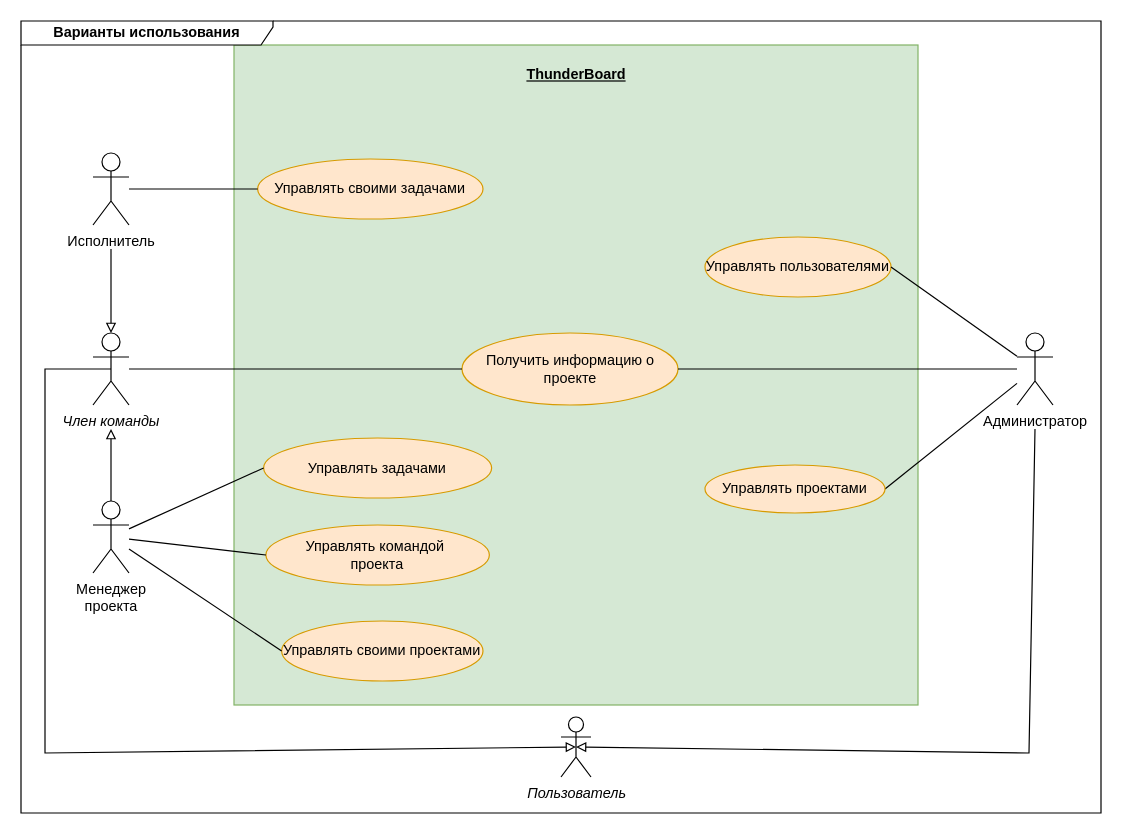
Earlier version of the draw.io diagram docs/raw_diagrams/business_requirements.drawio (aVorotnikov/thunder_board). Source tidied: cells renumbered, new cells numbered last; positions are measured from the earlier drawing's top-left corner, leaving out a move shared by most shapes. Both pictures are drawn from the tidied source at 120%, with x=0, y=0 at pixel (20, 20).
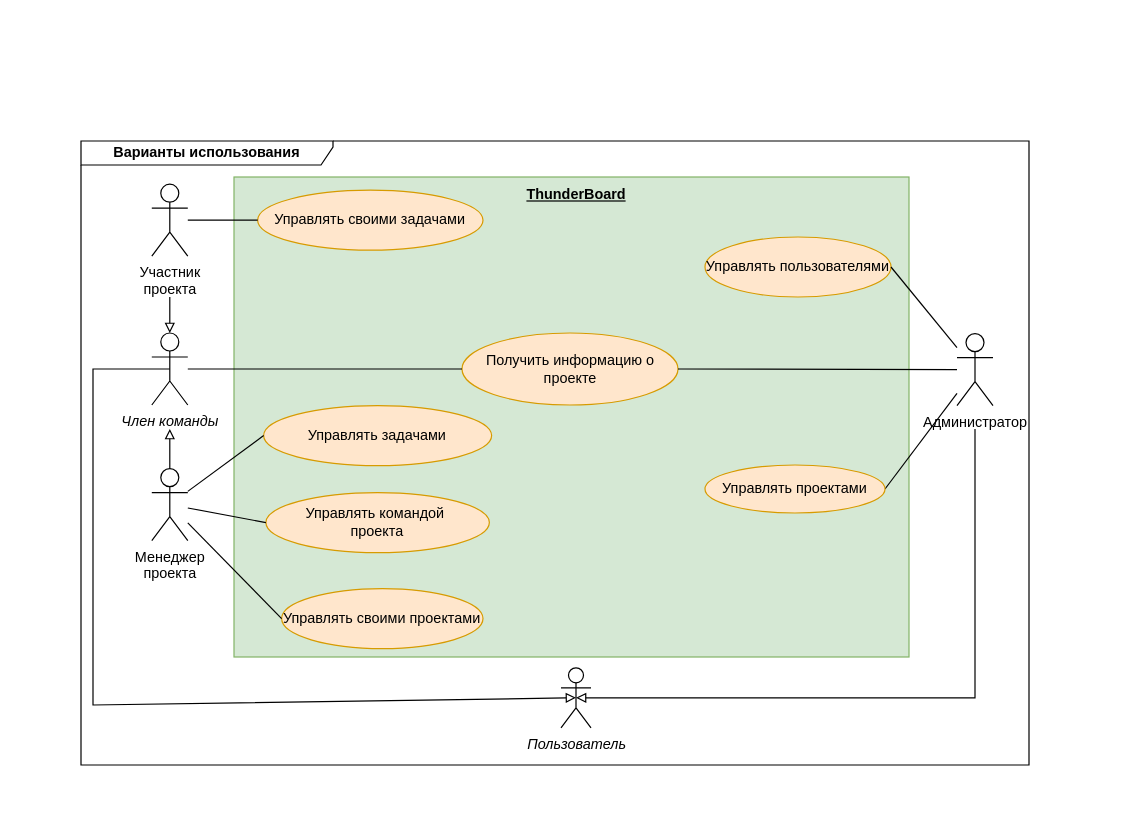
Above is the later version.

Commit message (it also covers changes not shown here):
Исполнитель переименован в участника согласно МПО

The edit, as a diff of the source:
```diff
@@
     <mxCell id="2" style="html=1;whiteSpace=wrap;fillColor=#d5e8d4;strokeColor=#82b366;" parent="1" vertex="1">
-      <mxGeometry x="177.5" y="20" width="570" height="550" as="geometry" />
+      <mxGeometry x="177.5" y="130" width="562.5" height="400" as="geometry" />
     </mxCell>
     <mxCell id="3" value="&lt;div&gt;&lt;i&gt;Член команды&lt;/i&gt;&lt;br&gt;&lt;/div&gt;" style="shape=umlActor;verticalLabelPosition=bottom;verticalAlign=top;html=1;outlineConnect=0;" parent="1" vertex="1">
-      <mxGeometry x="60" y="260" width="30" height="60" as="geometry" />
+      <mxGeometry x="109" y="260" width="30" height="60" as="geometry" />
     </mxCell>
-    <mxCell id="4" value="Исполнитель" style="shape=umlActor;verticalLabelPosition=bottom;verticalAlign=top;html=1;outlineConnect=0;" parent="1" vertex="1">
-      <mxGeometry x="60" y="110" width="30" height="60" as="geometry" />
+    <mxCell id="4" value="Участник&lt;br&gt;проекта" style="shape=umlActor;verticalLabelPosition=bottom;verticalAlign=top;html=1;outlineConnect=0;" parent="1" vertex="1">
+      <mxGeometry x="109" y="136" width="30" height="60" as="geometry" />
     </mxCell>
     <mxCell id="5" value="&lt;div&gt;Менеджер&lt;/div&gt;&lt;div&gt;проекта&lt;/div&gt;" style="shape=umlActor;verticalLabelPosition=bottom;verticalAlign=top;html=1;outlineConnect=0;" parent="1" vertex="1">
-      <mxGeometry x="60" y="400" width="30" height="60" as="geometry" />
+      <mxGeometry x="109" y="373" width="30" height="60" as="geometry" />
     </mxCell>
     <mxCell id="6" style="endArrow=none;html=1;rounded=0;endFill=0;startArrow=block;startFill=0;" parent="1" edge="1" target="5">
       <mxGeometry relative="1" as="geometry">
-        <mxPoint x="75" y="340" as="sourcePoint" />
+        <mxPoint x="124" y="340" as="sourcePoint" />
       </mxGeometry>
     </mxCell>
     <mxCell id="7" style="endArrow=none;html=1;rounded=0;endFill=0;startArrow=block;startFill=0;exitX=0.5;exitY=0;exitDx=0;exitDy=0;exitPerimeter=0;" parent="1" edge="1" source="3">
       <mxGeometry relative="1" as="geometry">
-        <mxPoint x="75" y="190" as="targetPoint" />
+        <mxPoint x="124" y="230" as="targetPoint" />
       </mxGeometry>
     </mxCell>
     <mxCell id="8" value="Управлять задачами" style="ellipse;whiteSpace=wrap;html=1;fillColor=#ffe6cc;strokeColor=#d79b00;" parent="1" vertex="1">
-      <mxGeometry x="202.2" y="347.5" width="190" height="50" as="geometry" />
+      <mxGeometry x="202.2" y="320.5" width="190" height="50" as="geometry" />
     </mxCell>
@@
     <mxCell id="12" value="&lt;b&gt;Варианты использования&lt;/b&gt;" style="shape=umlFrame;whiteSpace=wrap;html=1;width=210;height=20;" parent="1" vertex="1">
-      <mxGeometry width="900" height="660" as="geometry" />
+      <mxGeometry x="50" y="100" width="790" height="520" as="geometry" />
     </mxCell>
     <mxCell id="13" value="&lt;div&gt;Управлять командой&amp;nbsp;&lt;/div&gt;&lt;div&gt;проекта&lt;/div&gt;" style="ellipse;whiteSpace=wrap;html=1;fillColor=#ffe6cc;strokeColor=#d79b00;" parent="1" vertex="1">
-      <mxGeometry x="204.1" y="420" width="186.2" height="50" as="geometry" />
+      <mxGeometry x="204.1" y="393" width="186.2" height="50" as="geometry" />
     </mxCell>
@@
     <mxCell id="18" value="&lt;u&gt;&lt;b&gt;ThunderBoard&lt;br&gt;&lt;/b&gt;&lt;/u&gt;" style="text;html=1;strokeColor=none;fillColor=none;align=center;verticalAlign=middle;whiteSpace=wrap;rounded=0;" parent="1" vertex="1">
-      <mxGeometry x="432.5" y="30" width="60" height="30" as="geometry" />
+      <mxGeometry x="432.5" y="130" width="60" height="30" as="geometry" />
     </mxCell>
     <mxCell id="19" value="&lt;div&gt;Администратор&lt;/div&gt;" style="shape=umlActor;verticalLabelPosition=bottom;verticalAlign=top;html=1;outlineConnect=0;" parent="1" vertex="1">
-      <mxGeometry x="830" y="260" width="30" height="60" as="geometry" />
+      <mxGeometry x="780" y="260.5" width="30" height="60" as="geometry" />
     </mxCell>
     <mxCell id="20" value="Управлять своими проектами" style="ellipse;whiteSpace=wrap;html=1;fillColor=#ffe6cc;strokeColor=#d79b00;" parent="1" vertex="1">
-      <mxGeometry x="217.2" y="500" width="167.8" height="50" as="geometry" />
+      <mxGeometry x="217.2" y="473" width="167.8" height="50" as="geometry" />
     </mxCell>
@@
     <mxCell id="23" value="Управлять своими задачами" style="ellipse;whiteSpace=wrap;html=1;fillColor=#ffe6cc;strokeColor=#d79b00;" parent="1" vertex="1">
-      <mxGeometry x="197.2" y="115" width="187.8" height="50" as="geometry" />
+      <mxGeometry x="197.2" y="141" width="187.8" height="50" as="geometry" />
     </mxCell>
@@
     <mxCell id="26" value="&lt;div&gt;&lt;i&gt;Пользователь&lt;/i&gt;&lt;/div&gt;" style="shape=umlActor;verticalLabelPosition=bottom;verticalAlign=top;html=1;outlineConnect=0;" parent="1" vertex="1">
-      <mxGeometry x="450" y="580" width="25" height="50" as="geometry" />
+      <mxGeometry x="450" y="539" width="25" height="50" as="geometry" />
     </mxCell>
     <mxCell id="27" style="endArrow=none;html=1;rounded=0;endFill=0;startArrow=block;startFill=0;exitX=0.5;exitY=0.5;exitDx=0;exitDy=0;exitPerimeter=0;entryX=0.5;entryY=0.5;entryDx=0;entryDy=0;entryPerimeter=0;" parent="1" edge="1" source="26" target="3">
       <mxGeometry relative="1" as="geometry">
         <Array as="points">
-          <mxPoint x="20" y="610" />
-          <mxPoint x="20" y="290" />
+          <mxPoint x="60" y="570" />
+          <mxPoint x="60" y="290" />
         </Array>
       </mxGeometry>
     </mxCell>
     <mxCell id="28" style="endArrow=none;html=1;rounded=0;endFill=0;startArrow=block;startFill=0;exitX=0.5;exitY=0.5;exitDx=0;exitDy=0;exitPerimeter=0;" parent="1" edge="1" source="26">
       <mxGeometry relative="1" as="geometry">
-        <mxPoint x="845" y="340" as="targetPoint" />
+        <mxPoint x="795" y="340" as="targetPoint" />
         <Array as="points">
-          <mxPoint x="840" y="610" />
+          <mxPoint x="795" y="564" />
         </Array>
       </mxGeometry>
     </mxCell>
```
